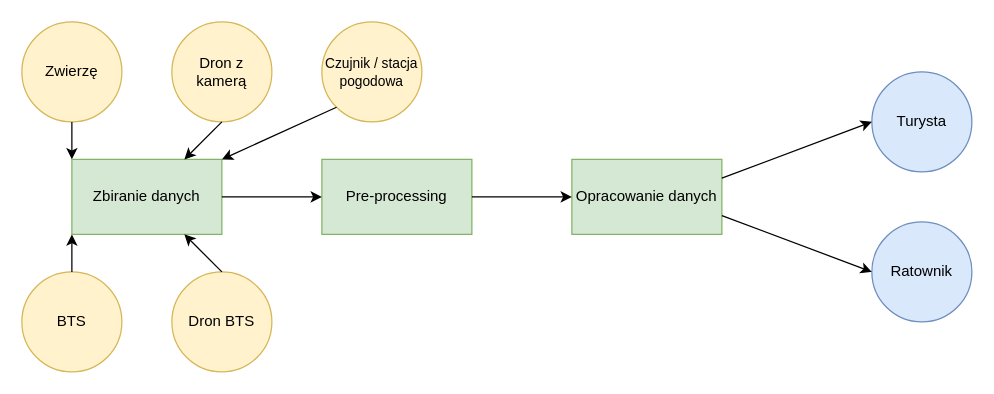
nikitagrygoriev/Blockchain keeps this draw.io diagram as page "Algorytm" (3 of 6) of Diagrams.drawio. Above is the earlier version. Source tidied: cells renumbered, new cells numbered last; positions are measured from the earlier drawing's top-left corner, leaving out a move shared by most shapes. Both pictures are drawn from the tidied source at 125%, with x=0, y=0 at pixel (21, 21).
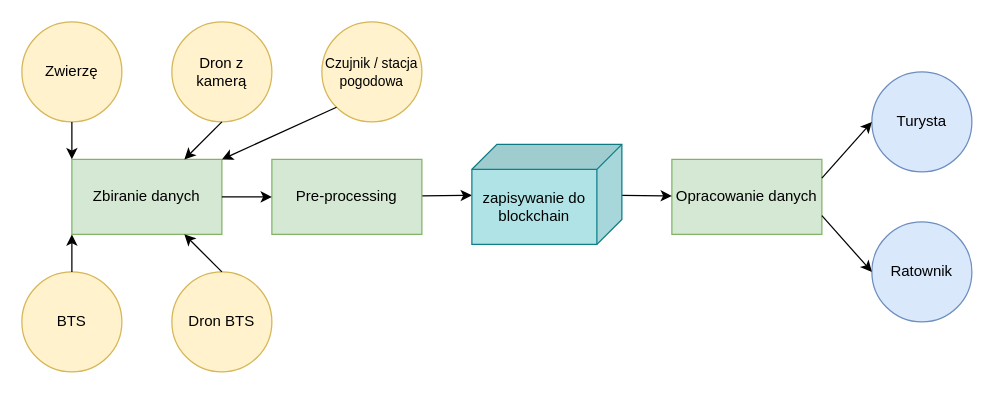
The same page after the edit.

The edit, as a diff of the source:
```diff
@@
-    <mxCell id="9" style="rounded=0;whiteSpace=wrap;html=1;fillColor=#d5e8d4;strokeColor=#82b366;" parent="1" vertex="1">
-      <mxGeometry x="440" y="110" width="120" height="60" as="geometry" />
+    <mxCell id="9" value="&lt;span&gt;Opracowanie danych&lt;/span&gt;" style="rounded=0;whiteSpace=wrap;html=1;fillColor=#d5e8d4;strokeColor=#82b366;" parent="1" vertex="1">
+      <mxGeometry x="520" y="110" width="120" height="60" as="geometry" />
     </mxCell>
+    <mxCell id="31" style="edgeStyle=none;rounded=0;jettySize=auto;html=1;" parent="1" edge="1" source="10" target="33">
+      <mxGeometry relative="1" as="geometry" />
+    </mxCell>
-    <mxCell id="10" style="rounded=0;whiteSpace=wrap;html=1;fillColor=#d5e8d4;strokeColor=#82b366;" parent="1" vertex="1">
-      <mxGeometry x="240" y="110" width="120" height="60" as="geometry" />
+    <mxCell id="10" value="&lt;span&gt;Pre-processing&lt;/span&gt;" style="rounded=0;whiteSpace=wrap;html=1;fillColor=#d5e8d4;strokeColor=#82b366;" parent="1" vertex="1">
+      <mxGeometry x="200" y="110" width="120" height="60" as="geometry" />
     </mxCell>
@@
-    <mxCell id="18" style="endArrow=classic;html=1;entryX=0;entryY=0.5;entryDx=0;entryDy=0;exitX=1;exitY=0.5;exitDx=0;exitDy=0;" parent="1" edge="1" source="10" target="9">
-      <mxGeometry relative="1" as="geometry" />
-    </mxCell>
@@
-    <mxCell id="29" value="Pre-processing" style="text;html=1;strokeColor=none;fillColor=none;align=center;verticalAlign=middle;whiteSpace=wrap;rounded=0;" parent="1" vertex="1">
-      <mxGeometry x="240" y="130" width="120" height="20" as="geometry" />
-    </mxCell>
-    <mxCell id="30" value="Opracowanie danych" style="text;html=1;strokeColor=none;fillColor=none;align=center;verticalAlign=middle;whiteSpace=wrap;rounded=0;" parent="1" vertex="1">
-      <mxGeometry x="440" y="130" width="120" height="20" as="geometry" />
-    </mxCell>
+    <mxCell id="32" style="edgeStyle=none;rounded=0;jettySize=auto;html=1;" parent="1" edge="1" source="33" target="9">
+      <mxGeometry relative="1" as="geometry" />
+    </mxCell>
+    <mxCell id="33" value="zapisywanie do blockchain" style="shape=cube;whiteSpace=wrap;html=1;boundedLbl=1;backgroundOutline=1;darkOpacity=0.05;darkOpacity2=0.1;shadow=0;glass=0;sketch=0;size=20;direction=south;fillColor=#b0e3e6;strokeColor=#0e8088;" parent="1" vertex="1">
+      <mxGeometry x="360" y="98" width="120" height="80" as="geometry" />
+    </mxCell>
```
